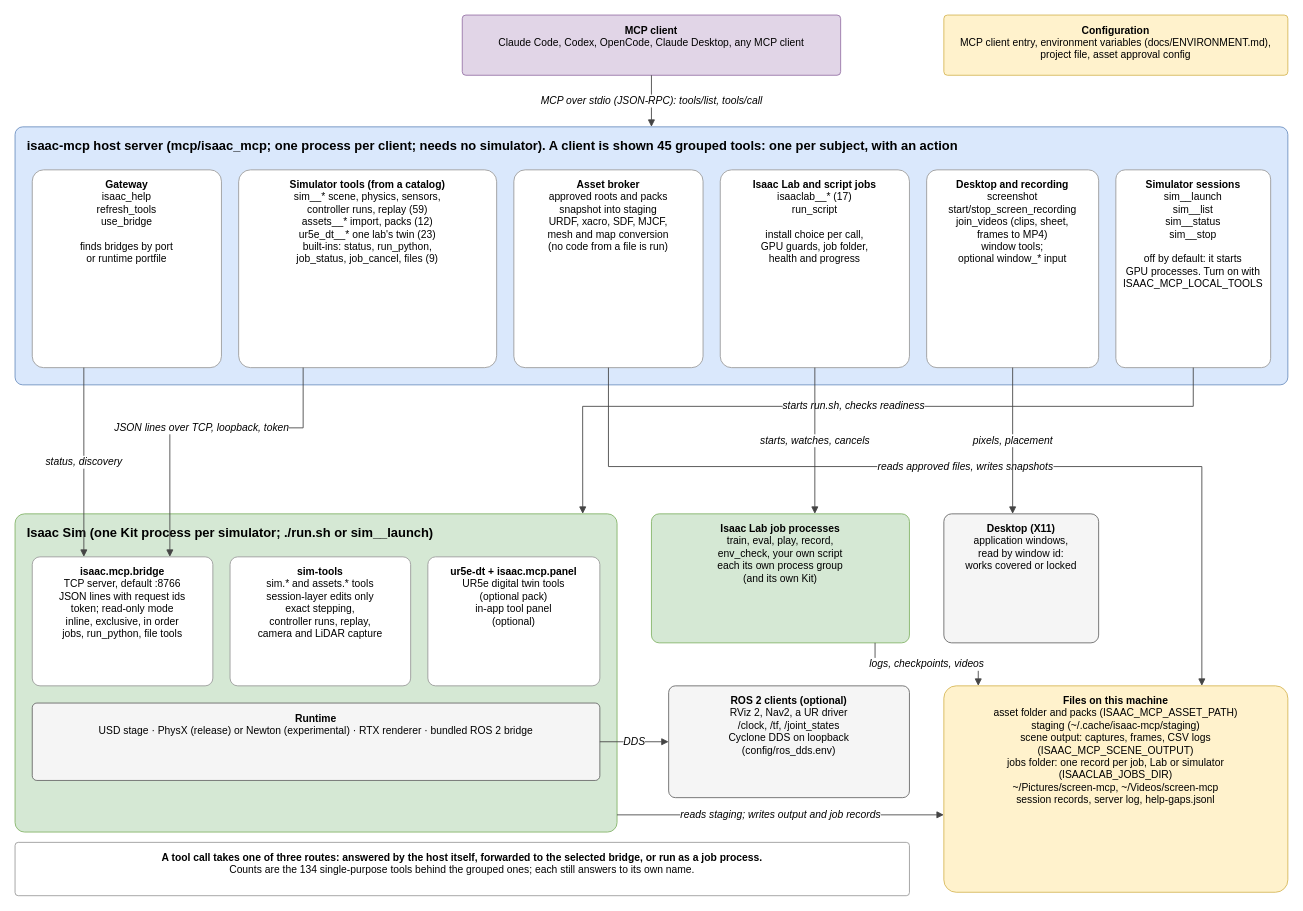
Before: docs/architecture.drawio in kalebcoleman/isaac-mcp, a draw.io diagram. Source tidied: cells renumbered, new cells numbered last; positions are measured from the earlier drawing's top-left corner, leaving out a move shared by most shapes. Both pictures are drawn from the tidied source at 86%, with x=0, y=0 at pixel (15, 15).
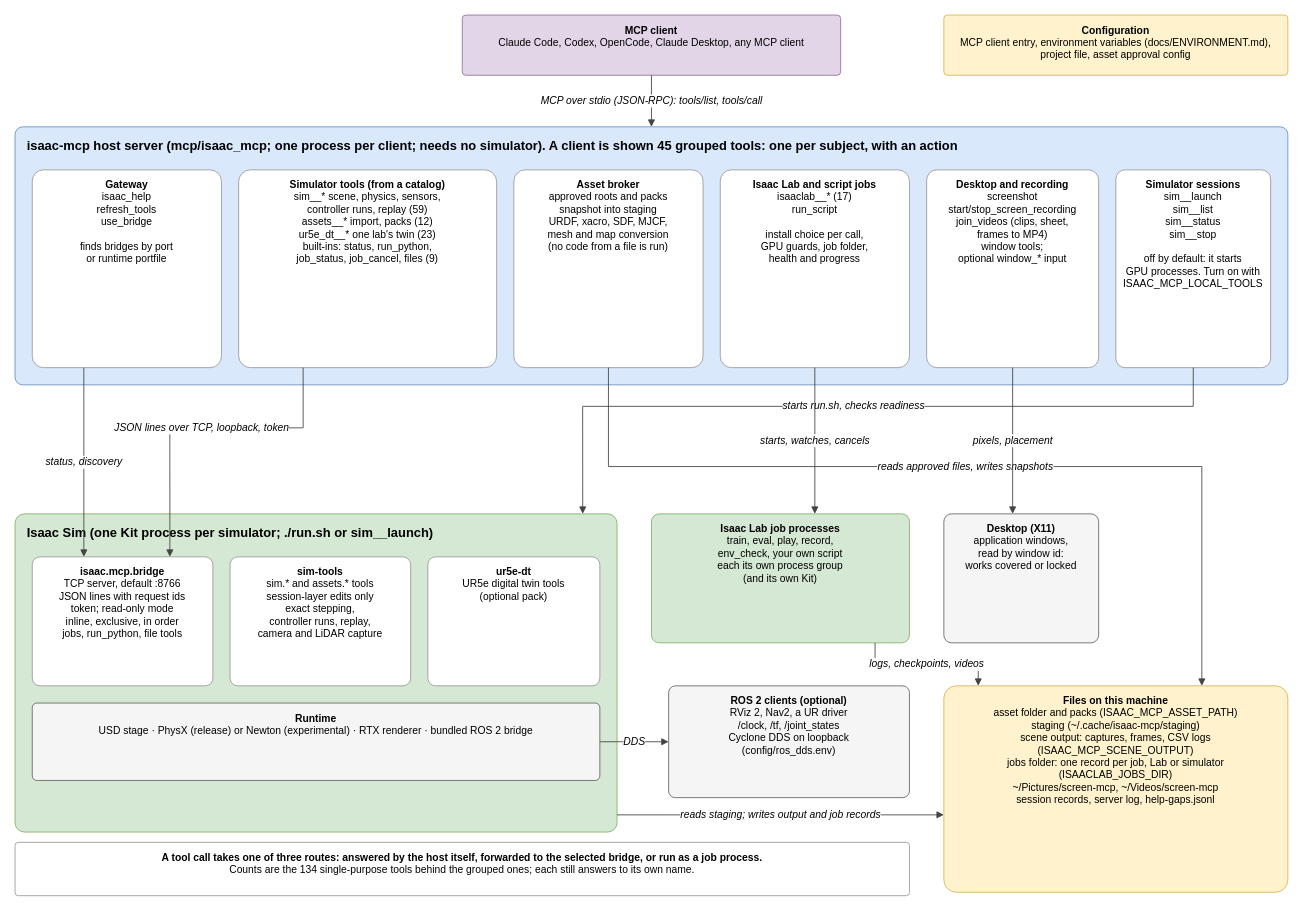
The same diagram, later.

What changed in the source:
```diff
@@
-    <mxCell id="14" value="&lt;b&gt;ur5e-dt  +  isaac.mcp.panel&lt;/b&gt;&lt;br&gt;UR5e digital twin tools&lt;br&gt;(optional pack)&lt;br&gt;in-app tool panel&lt;br&gt;(optional)" style="rounded=1;arcSize=6;whiteSpace=wrap;html=1;fillColor=#ffffff;strokeColor=#999999;verticalAlign=top;spacingTop=4;fontSize=12;" parent="1" vertex="1">
+    <mxCell id="14" value="&lt;b&gt;ur5e-dt&lt;/b&gt;&lt;br&gt;UR5e digital twin tools&lt;br&gt;(optional pack)" style="rounded=1;arcSize=6;whiteSpace=wrap;html=1;fillColor=#ffffff;strokeColor=#999999;verticalAlign=top;spacingTop=4;fontSize=12;" parent="1" vertex="1">
       <mxGeometry x="480" y="630" width="200" height="150" as="geometry" />
     </mxCell>
```
